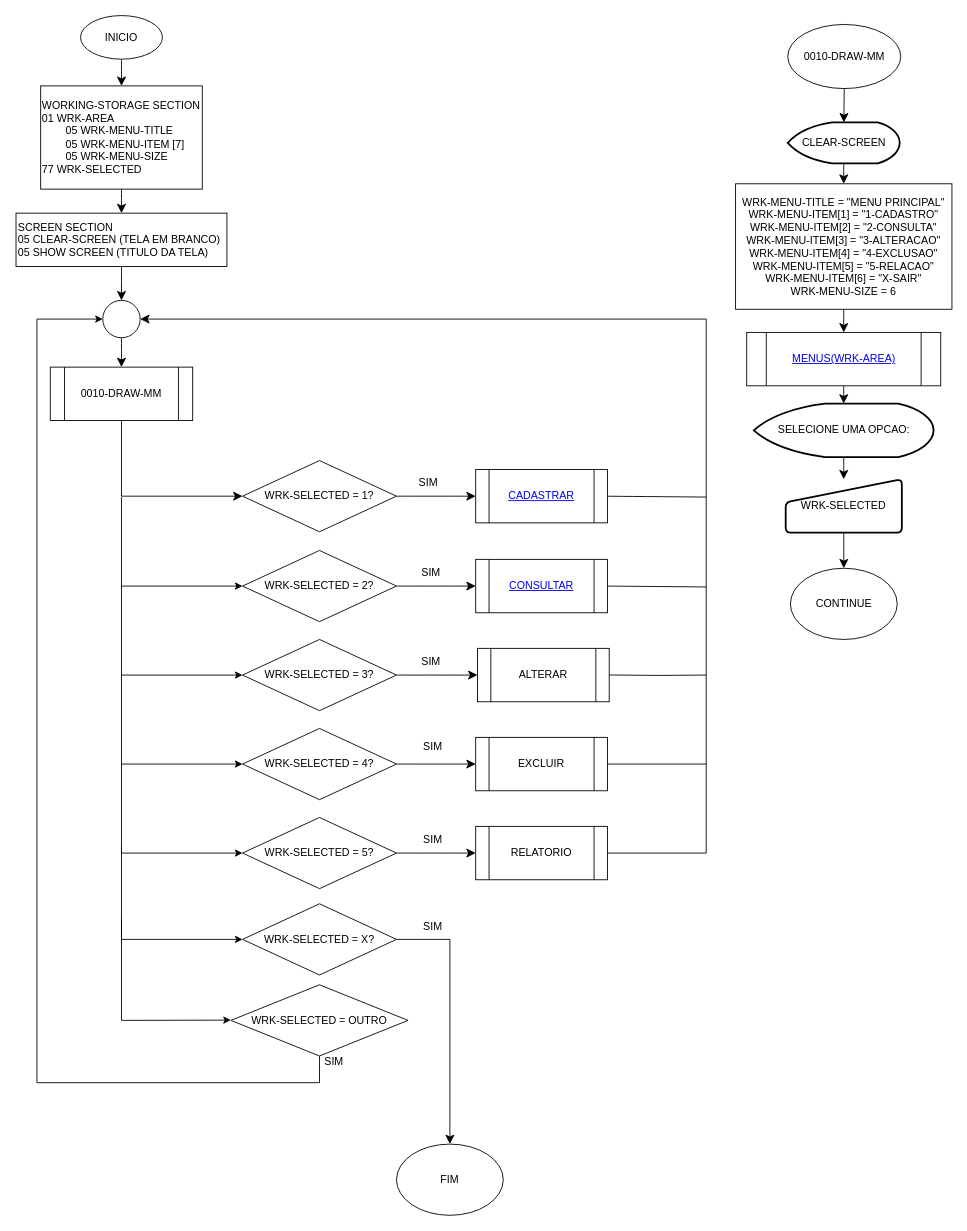
The draw.io diagram page "FILMES" (1 of 12) of FLUXOGRAMA.drawio in RaulBrt/Filmes, before the edit. Source tidied: cells renumbered, new cells numbered last; positions are measured from the earlier drawing's top-left corner, leaving out a move shared by most shapes. Both pictures are drawn from the tidied source at 89%, with x=0, y=0 at pixel (15, 15).
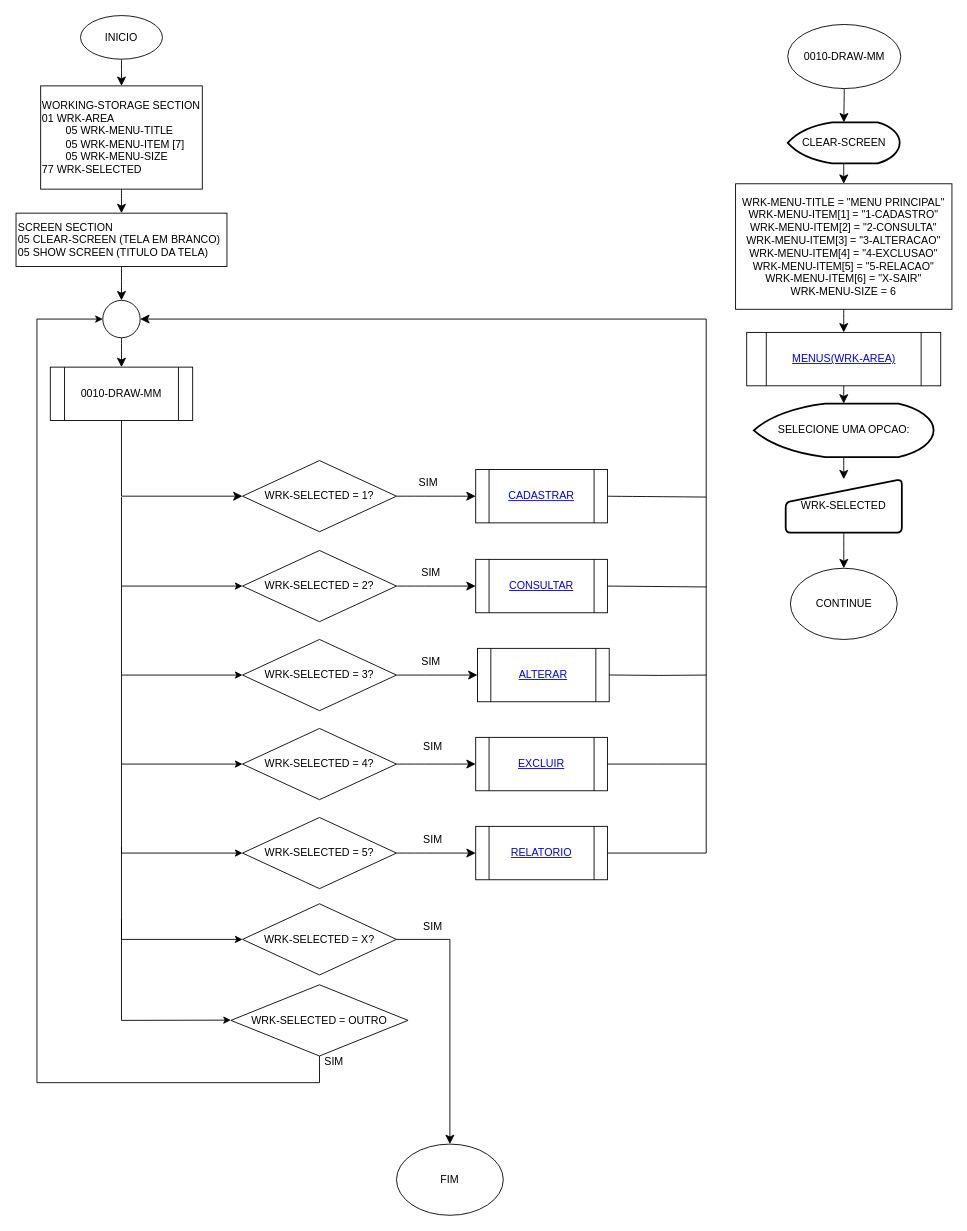
The same diagram, later.

Commit message (it also covers changes not shown here):
Fluxograma terminado

The edit, as a diff of the source:
```diff
@@
-    <mxCell id="25" value="ALTERAR" style="shape=process;whiteSpace=wrap;html=1;backgroundOutline=1;" parent="1" vertex="1">
+    <mxCell id="25" value="&lt;a href=&quot;data:page/id,npxVdfAkXze4OFigiQ0C&quot;&gt;ALTERAR&lt;/a&gt;" style="shape=process;whiteSpace=wrap;html=1;backgroundOutline=1;" parent="1" vertex="1">
       <mxGeometry x="519" y="711" width="148" height="60" as="geometry" />
     </mxCell>
-    <mxCell id="26" value="EXCLUIR" style="shape=process;whiteSpace=wrap;html=1;backgroundOutline=1;" parent="1" vertex="1">
+    <mxCell id="26" value="&lt;a href=&quot;data:page/id,elt8EitLHC4QLufAbwy1&quot;&gt;EXCLUIR&lt;/a&gt;" style="shape=process;whiteSpace=wrap;html=1;backgroundOutline=1;" parent="1" vertex="1">
       <mxGeometry x="517" y="811" width="148" height="60" as="geometry" />
     </mxCell>
-    <mxCell id="27" value="RELATORIO" style="shape=process;whiteSpace=wrap;html=1;backgroundOutline=1;" parent="1" vertex="1">
+    <mxCell id="27" value="&lt;a href=&quot;data:page/id,_dAr-gljUjfZ5c1WWtXV&quot;&gt;RELATORIO&lt;/a&gt;" style="shape=process;whiteSpace=wrap;html=1;backgroundOutline=1;" parent="1" vertex="1">
       <mxGeometry x="517" y="911" width="148" height="60" as="geometry" />
     </mxCell>
```
